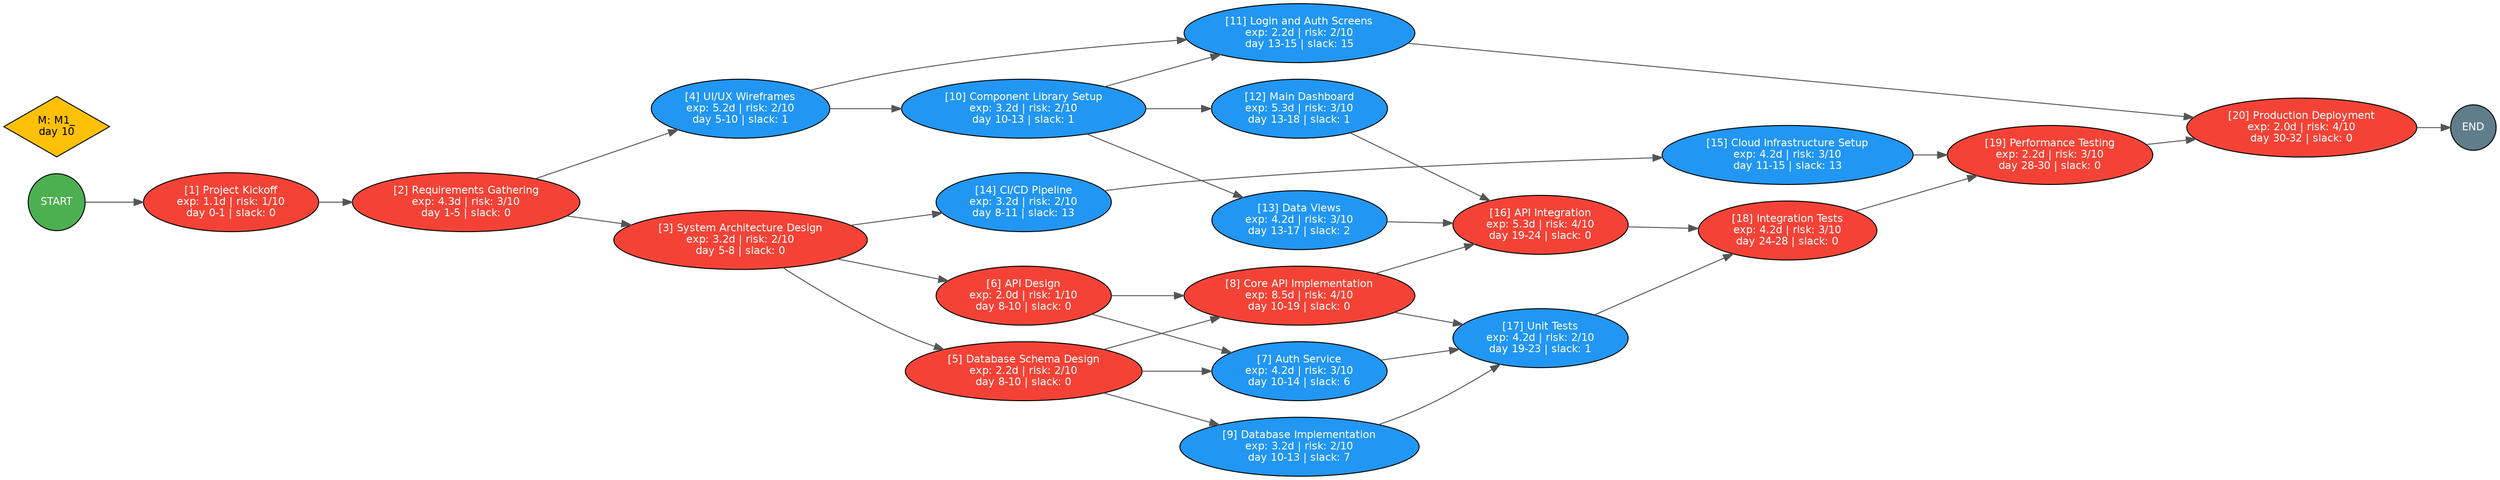
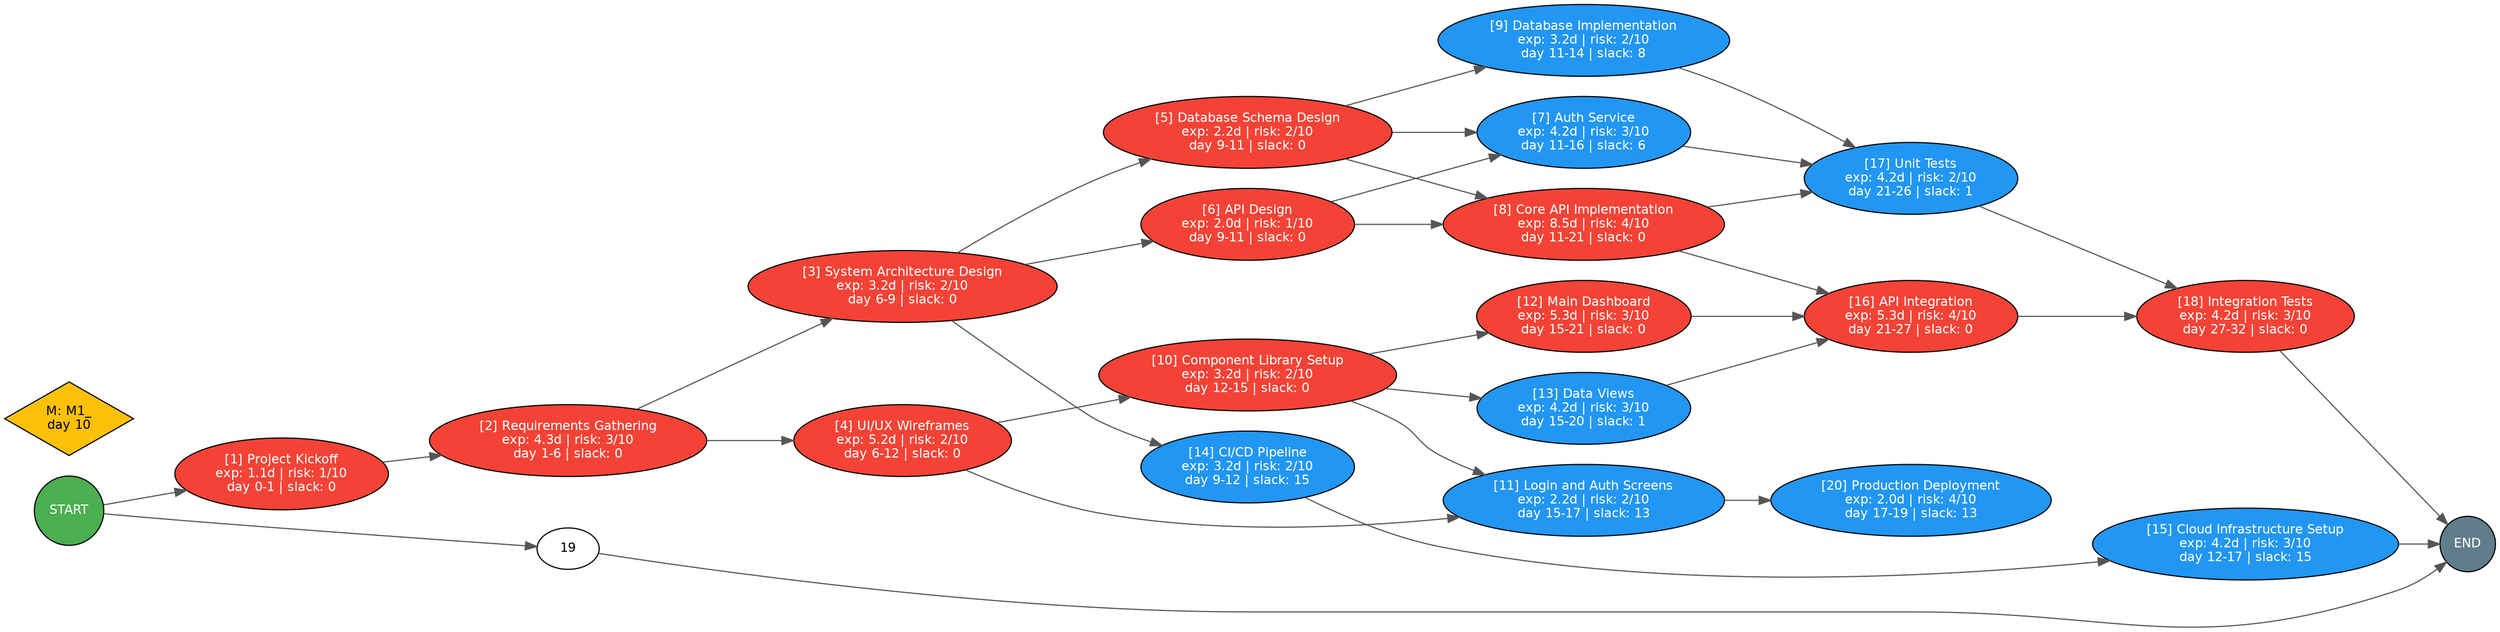
digraph "proj_1" {
  rankdir=LR;
  node [fontname="Helvetica" fontsize=11];
  edge [color="#555555"];

  0 [label="START" shape=circle style=filled fillcolor="#4CAF50" fontcolor=white];
  end  [label="END"   shape=circle style=filled fillcolor="#607D8B" fontcolor=white];

  1 [label="[1] Project Kickoff\nexp: 1.1d | risk: 1/10\nday 0-1 | slack: 0" style=filled fillcolor="#F44336" fontcolor=white];
-   2 [label="[2] Requirements Gathering\nexp: 4.3d | risk: 3/10\nday 1-5 | slack: 0" style=filled fillcolor="#F44336" fontcolor=white];
-   3 [label="[3] System Architecture Design\nexp: 3.2d | risk: 2/10\nday 5-8 | slack: 0" style=filled fillcolor="#F44336" fontcolor=white];
-   4 [label="[4] UI/UX Wireframes\nexp: 5.2d | risk: 2/10\nday 5-10 | slack: 1" style=filled fillcolor="#2196F3" fontcolor=white];
-   5 [label="[5] Database Schema Design\nexp: 2.2d | risk: 2/10\nday 8-10 | slack: 0" style=filled fillcolor="#F44336" fontcolor=white];
-   6 [label="[6] API Design\nexp: 2.0d | risk: 1/10\nday 8-10 | slack: 0" style=filled fillcolor="#F44336" fontcolor=white];
-   7 [label="[7] Auth Service\nexp: 4.2d | risk: 3/10\nday 10-14 | slack: 6" style=filled fillcolor="#2196F3" fontcolor=white];
-   8 [label="[8] Core API Implementation\nexp: 8.5d | risk: 4/10\nday 10-19 | slack: 0" style=filled fillcolor="#F44336" fontcolor=white];
-   9 [label="[9] Database Implementation\nexp: 3.2d | risk: 2/10\nday 10-13 | slack: 7" style=filled fillcolor="#2196F3" fontcolor=white];
-   10 [label="[10] Component Library Setup\nexp: 3.2d | risk: 2/10\nday 10-13 | slack: 1" style=filled fillcolor="#2196F3" fontcolor=white];
-   11 [label="[11] Login and Auth Screens\nexp: 2.2d | risk: 2/10\nday 13-15 | slack: 15" style=filled fillcolor="#2196F3" fontcolor=white];
-   12 [label="[12] Main Dashboard\nexp: 5.3d | risk: 3/10\nday 13-18 | slack: 1" style=filled fillcolor="#2196F3" fontcolor=white];
-   13 [label="[13] Data Views\nexp: 4.2d | risk: 3/10\nday 13-17 | slack: 2" style=filled fillcolor="#2196F3" fontcolor=white];
-   14 [label="[14] CI/CD Pipeline\nexp: 3.2d | risk: 2/10\nday 8-11 | slack: 13" style=filled fillcolor="#2196F3" fontcolor=white];
-   15 [label="[15] Cloud Infrastructure Setup\nexp: 4.2d | risk: 3/10\nday 11-15 | slack: 13" style=filled fillcolor="#2196F3" fontcolor=white];
-   16 [label="[16] API Integration\nexp: 5.3d | risk: 4/10\nday 19-24 | slack: 0" style=filled fillcolor="#F44336" fontcolor=white];
-   17 [label="[17] Unit Tests\nexp: 4.2d | risk: 2/10\nday 19-23 | slack: 1" style=filled fillcolor="#2196F3" fontcolor=white];
-   18 [label="[18] Integration Tests\nexp: 4.2d | risk: 3/10\nday 24-28 | slack: 0" style=filled fillcolor="#F44336" fontcolor=white];
-   19 [label="[19] Performance Testing\nexp: 2.2d | risk: 3/10\nday 28-30 | slack: 0" style=filled fillcolor="#F44336" fontcolor=white];
-   20 [label="[20] Production Deployment\nexp: 2.0d | risk: 4/10\nday 30-32 | slack: 0" style=filled fillcolor="#F44336" fontcolor=white];
+   2 [label="[2] Requirements Gathering\nexp: 4.3d | risk: 3/10\nday 1-6 | slack: 0" style=filled fillcolor="#F44336" fontcolor=white];
+   3 [label="[3] System Architecture Design\nexp: 3.2d | risk: 2/10\nday 6-9 | slack: 0" style=filled fillcolor="#F44336" fontcolor=white];
+   4 [label="[4] UI/UX Wireframes\nexp: 5.2d | risk: 2/10\nday 6-12 | slack: 0" style=filled fillcolor="#F44336" fontcolor=white];
+   5 [label="[5] Database Schema Design\nexp: 2.2d | risk: 2/10\nday 9-11 | slack: 0" style=filled fillcolor="#F44336" fontcolor=white];
+   6 [label="[6] API Design\nexp: 2.0d | risk: 1/10\nday 9-11 | slack: 0" style=filled fillcolor="#F44336" fontcolor=white];
+   7 [label="[7] Auth Service\nexp: 4.2d | risk: 3/10\nday 11-16 | slack: 6" style=filled fillcolor="#2196F3" fontcolor=white];
+   8 [label="[8] Core API Implementation\nexp: 8.5d | risk: 4/10\nday 11-21 | slack: 0" style=filled fillcolor="#F44336" fontcolor=white];
+   9 [label="[9] Database Implementation\nexp: 3.2d | risk: 2/10\nday 11-14 | slack: 8" style=filled fillcolor="#2196F3" fontcolor=white];
+   10 [label="[10] Component Library Setup\nexp: 3.2d | risk: 2/10\nday 12-15 | slack: 0" style=filled fillcolor="#F44336" fontcolor=white];
+   11 [label="[11] Login and Auth Screens\nexp: 2.2d | risk: 2/10\nday 15-17 | slack: 13" style=filled fillcolor="#2196F3" fontcolor=white];
+   12 [label="[12] Main Dashboard\nexp: 5.3d | risk: 3/10\nday 15-21 | slack: 0" style=filled fillcolor="#F44336" fontcolor=white];
+   13 [label="[13] Data Views\nexp: 4.2d | risk: 3/10\nday 15-20 | slack: 1" style=filled fillcolor="#2196F3" fontcolor=white];
+   14 [label="[14] CI/CD Pipeline\nexp: 3.2d | risk: 2/10\nday 9-12 | slack: 15" style=filled fillcolor="#2196F3" fontcolor=white];
+   15 [label="[15] Cloud Infrastructure Setup\nexp: 4.2d | risk: 3/10\nday 12-17 | slack: 15" style=filled fillcolor="#2196F3" fontcolor=white];
+   16 [label="[16] API Integration\nexp: 5.3d | risk: 4/10\nday 21-27 | slack: 0" style=filled fillcolor="#F44336" fontcolor=white];
+   17 [label="[17] Unit Tests\nexp: 4.2d | risk: 2/10\nday 21-26 | slack: 1" style=filled fillcolor="#2196F3" fontcolor=white];
+   18 [label="[18] Integration Tests\nexp: 4.2d | risk: 3/10\nday 27-32 | slack: 0" style=filled fillcolor="#F44336" fontcolor=white];
+   20 [label="[20] Production Deployment\nexp: 2.0d | risk: 4/10\nday 17-19 | slack: 13" style=filled fillcolor="#2196F3" fontcolor=white];

  0 -> 1;
+   0 -> 19;
  1 -> 2;
  2 -> 3;
  2 -> 4;
  3 -> 5;
  3 -> 6;
  3 -> 14;
  4 -> 10;
  4 -> 11;
  5 -> 7;
  5 -> 8;
  5 -> 9;
  6 -> 7;
  6 -> 8;
  7 -> 17;
  8 -> 16;
  8 -> 17;
  9 -> 17;
  10 -> 11;
  10 -> 12;
  10 -> 13;
  11 -> 20;
  12 -> 16;
  13 -> 16;
  14 -> 15;
-   15 -> 19;
  16 -> 18;
  17 -> 18;
-   18 -> 19;
-   19 -> 20;
-   20 -> end;
+   15 -> end;
+   19 -> end;
+   18 -> end;

  m1 [label="M: M1_\nday 10" shape=diamond style=filled fillcolor="#FFC107" fontcolor=black];
}
